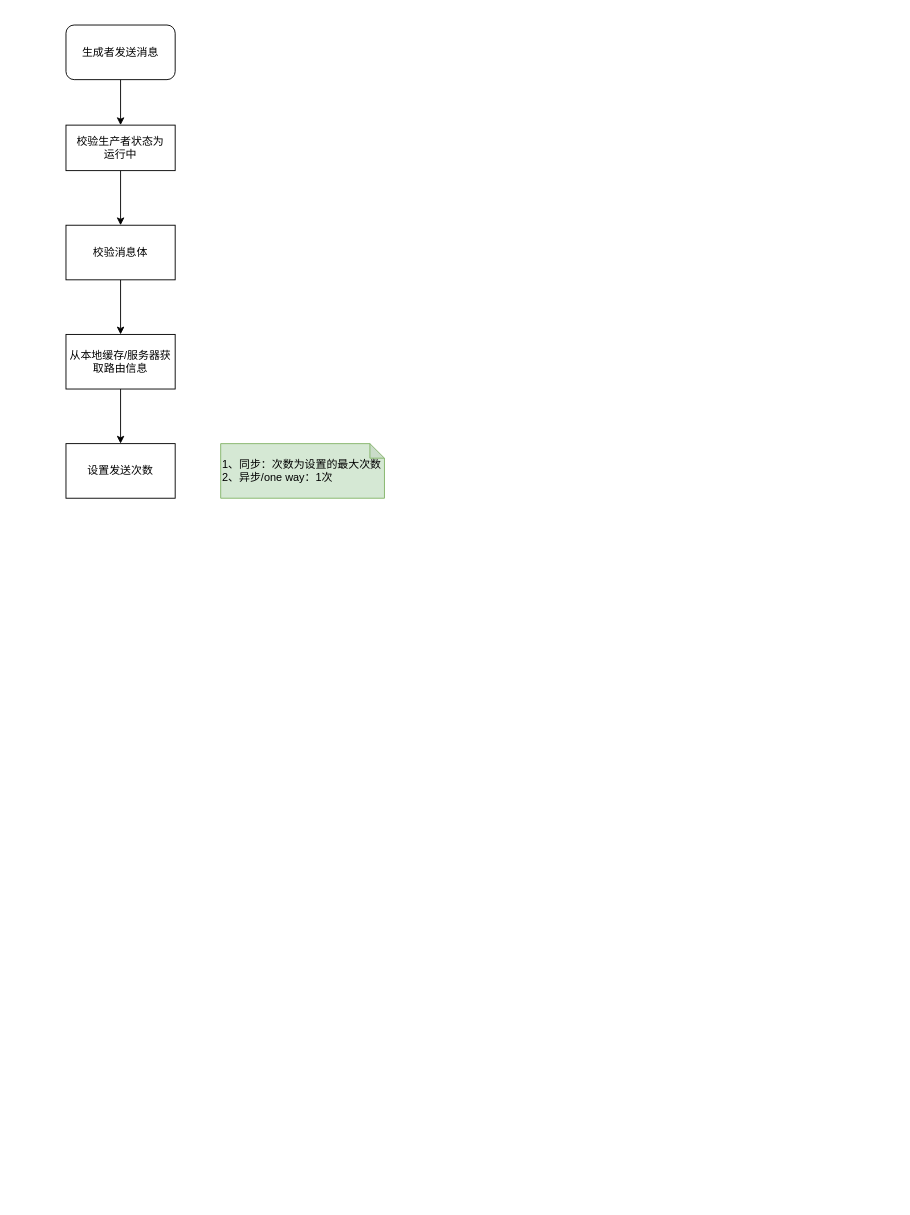
Earlier version of the draw.io diagram RocketMq/生产者发送消息.drawio (DarrenHoo-10/DarrenDraw). Source tidied: cells renumbered, new cells numbered last; positions are measured from the earlier drawing's top-left corner, leaving out a move shared by most shapes. Both pictures are drawn from the tidied source at 91%, with x=0, y=0 at pixel (66, 25).
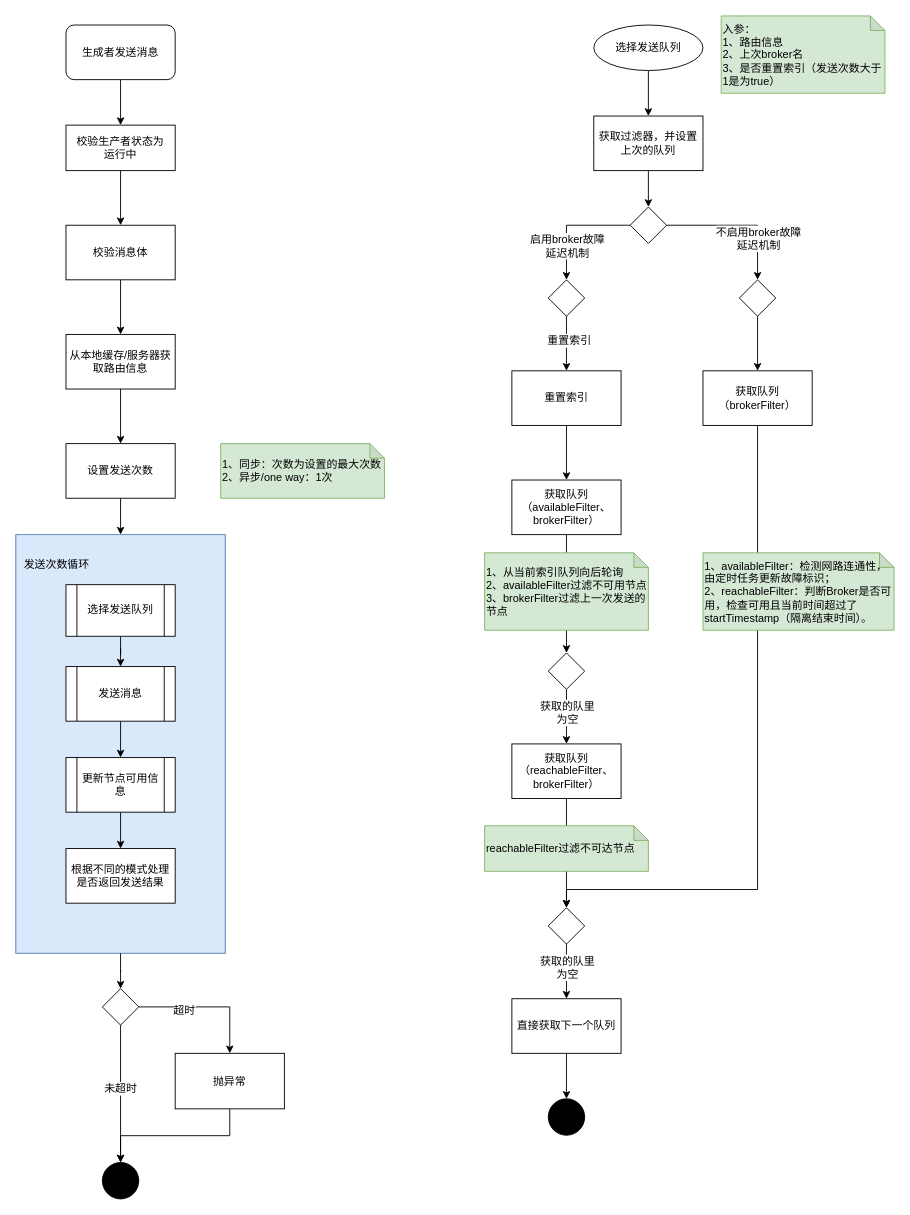
After the change.

Commit message:
更新生产者发送消息.drawio

The change refers to these unchanged cells:
```xml
<mxCell id="10" value="设置发送次数" style="whiteSpace=wrap;html=1;rounded=0;" parent="1" vertex="1">
  <mxGeometry y="460" width="120" height="60" as="geometry" />
</mxCell>
```

What changed in the source:
```diff
@@
+    <mxCell id="12" style="edgeStyle=orthogonalEdgeStyle;rounded=0;jettySize=auto;html=1;exitX=0.5;exitY=1;exitDx=0;exitDy=0;entryX=0.5;entryY=0;entryDx=0;entryDy=0;fontFamily=Helvetica;fontSize=12;fontColor=default;" parent="1" edge="1" source="10" target="14">
+      <mxGeometry relative="1" as="geometry" />
+    </mxCell>
@@
+    <mxCell id="13" style="group;fillColor=#dae8fc;strokeColor=#6c8ebf;" parent="1" vertex="1">
+      <mxGeometry x="-55" y="560" width="230" height="460" as="geometry" />
+    </mxCell>
+    <mxCell id="14" style="whiteSpace=wrap;html=1;rounded=0;align=left;fillColor=#dae8fc;strokeColor=#6c8ebf;" parent="13" vertex="1">
+      <mxGeometry width="230" height="460" as="geometry" />
+    </mxCell>
+    <mxCell id="15" value="发送次数循环" style="text;html=1;align=center;verticalAlign=middle;whiteSpace=wrap;rounded=0;fontFamily=Helvetica;fontSize=12;fontColor=default;" parent="13" vertex="1">
+      <mxGeometry width="90" height="65.7" as="geometry" />
+    </mxCell>
+    <mxCell id="16" style="edgeStyle=orthogonalEdgeStyle;rounded=0;jettySize=auto;html=1;fontFamily=Helvetica;fontSize=12;fontColor=default;" parent="13" edge="1" source="17" target="19">
+      <mxGeometry relative="1" as="geometry" />
+    </mxCell>
+    <mxCell id="17" value="选择发送队列" style="shape=process;whiteSpace=wrap;html=1;backgroundOutline=1;rounded=0;strokeColor=default;align=center;verticalAlign=middle;fontFamily=Helvetica;fontSize=12;fontColor=default;fillColor=default;" parent="13" vertex="1">
+      <mxGeometry x="55" y="55" width="120" height="56.7" as="geometry" />
+    </mxCell>
+    <mxCell id="18" style="edgeStyle=orthogonalEdgeStyle;rounded=0;jettySize=auto;html=1;fontFamily=Helvetica;fontSize=12;fontColor=default;" parent="13" edge="1" source="19" target="21">
+      <mxGeometry relative="1" as="geometry" />
+    </mxCell>
+    <mxCell id="19" value="发送消息" style="shape=process;whiteSpace=wrap;html=1;backgroundOutline=1;rounded=0;strokeColor=default;align=center;verticalAlign=middle;fontFamily=Helvetica;fontSize=12;fontColor=default;fillColor=default;" parent="13" vertex="1">
+      <mxGeometry x="55" y="145" width="120" height="60" as="geometry" />
+    </mxCell>
+    <mxCell id="20" style="edgeStyle=orthogonalEdgeStyle;rounded=0;jettySize=auto;html=1;fontFamily=Helvetica;fontSize=12;fontColor=default;" parent="13" edge="1" source="21" target="22">
+      <mxGeometry relative="1" as="geometry" />
+    </mxCell>
+    <mxCell id="21" value="更新节点可用信息" style="shape=process;whiteSpace=wrap;html=1;backgroundOutline=1;rounded=0;strokeColor=default;align=center;verticalAlign=middle;fontFamily=Helvetica;fontSize=12;fontColor=default;fillColor=default;" parent="13" vertex="1">
+      <mxGeometry x="55" y="245" width="120" height="60" as="geometry" />
+    </mxCell>
+    <mxCell id="22" value="根据不同的模式处理是否返回发送结果" style="whiteSpace=wrap;html=1;rounded=0;" parent="13" vertex="1">
+      <mxGeometry x="55" y="345" width="120" height="60" as="geometry" />
+    </mxCell>
+    <mxCell id="23" style="group;" parent="1" vertex="1">
+      <mxGeometry x="460" y="-10" width="450" height="1230" as="geometry" />
+    </mxCell>
+    <mxCell id="24" style="edgeStyle=orthogonalEdgeStyle;rounded=0;jettySize=auto;html=1;fontFamily=Helvetica;fontSize=12;fontColor=default;" parent="23" edge="1" source="25" target="27">
+      <mxGeometry relative="1" as="geometry" />
+    </mxCell>
+    <mxCell id="25" value="选择发送队列" style="ellipse;whiteSpace=wrap;html=1;rounded=0;strokeColor=default;align=center;verticalAlign=middle;fontFamily=Helvetica;fontSize=12;fontColor=default;fillColor=default;" parent="23" vertex="1">
+      <mxGeometry x="120" y="10" width="120" height="50" as="geometry" />
+    </mxCell>
+    <mxCell id="26" style="edgeStyle=orthogonalEdgeStyle;rounded=0;jettySize=auto;html=1;fontFamily=Helvetica;fontSize=12;fontColor=default;" parent="23" edge="1" source="27" target="31">
+      <mxGeometry relative="1" as="geometry" />
+    </mxCell>
+    <mxCell id="27" value="获取过滤器，并设置上次的队列" style="whiteSpace=wrap;html=1;rounded=0;" parent="23" vertex="1">
+      <mxGeometry x="120" y="110" width="120" height="60" as="geometry" />
+    </mxCell>
+    <mxCell id="28" value="入参：&lt;div&gt;1、路由信息&lt;/div&gt;&lt;div&gt;2、上次broker名&lt;/div&gt;&lt;div&gt;3、是否重置索引（发送次数大于1是为true）&lt;/div&gt;" style="shape=note;whiteSpace=wrap;html=1;backgroundOutline=1;darkOpacity=0.05;rounded=0;strokeColor=#82b366;align=left;verticalAlign=middle;fontFamily=Helvetica;fontSize=12;fillColor=#d5e8d4;size=16;" parent="23" vertex="1">
+      <mxGeometry x="260" width="180" height="85" as="geometry" />
+    </mxCell>
+    <mxCell id="29" style="edgeStyle=orthogonalEdgeStyle;rounded=0;jettySize=auto;html=1;fontFamily=Helvetica;fontSize=12;fontColor=default;" parent="23" edge="1" source="31" target="35">
+      <mxGeometry relative="1" as="geometry" />
+    </mxCell>
+    <mxCell id="30" value="启用broker故障&lt;div&gt;延迟机制&lt;/div&gt;" style="edgeLabel;html=1;align=center;verticalAlign=middle;rounded=0;strokeColor=default;fontFamily=Helvetica;fontSize=12;fontColor=default;fillColor=default;" parent="29" vertex="1">
+      <mxGeometry x="0.42" relative="1" as="geometry" />
+    </mxCell>
+    <mxCell id="31" style="rhombus;whiteSpace=wrap;html=1;rounded=0;" parent="23" vertex="1">
+      <mxGeometry x="160" y="210" width="40" height="40" as="geometry" />
+    </mxCell>
+    <mxCell id="32" style="edgeStyle=orthogonalEdgeStyle;rounded=0;orthogonalLoop=1;jettySize=auto;html=1;exitX=0.5;exitY=1;exitDx=0;exitDy=0;fontFamily=Helvetica;fontSize=12;fontColor=default;" parent="23" edge="1" source="31" target="31">
+      <mxGeometry relative="1" as="geometry" />
+    </mxCell>
+    <mxCell id="33" style="edgeStyle=orthogonalEdgeStyle;rounded=0;jettySize=auto;html=1;fontFamily=Helvetica;fontSize=12;fontColor=default;entryX=0.5;entryY=0;entryDx=0;entryDy=0;" parent="23" edge="1" source="35" target="37">
+      <mxGeometry relative="1" as="geometry" />
+    </mxCell>
+    <mxCell id="34" value="重置索引" style="edgeLabel;html=1;align=center;verticalAlign=middle;rounded=0;strokeColor=default;fontFamily=Helvetica;fontSize=12;fontColor=default;fillColor=default;" parent="33" vertex="1">
+      <mxGeometry x="-0.12" y="2" relative="1" as="geometry" />
+    </mxCell>
+    <mxCell id="35" style="rhombus;whiteSpace=wrap;html=1;rounded=0;" parent="23" vertex="1">
+      <mxGeometry x="70" y="290" width="40" height="40" as="geometry" />
+    </mxCell>
+    <mxCell id="36" style="edgeStyle=orthogonalEdgeStyle;rounded=0;jettySize=auto;html=1;fontFamily=Helvetica;fontSize=12;fontColor=default;" parent="23" edge="1" source="37" target="39">
+      <mxGeometry relative="1" as="geometry" />
+    </mxCell>
+    <mxCell id="37" value="重置索引" style="rounded=0;whiteSpace=wrap;html=1;" parent="23" vertex="1">
+      <mxGeometry x="30" y="390" width="120" height="60" as="geometry" />
+    </mxCell>
+    <mxCell id="38" style="edgeStyle=orthogonalEdgeStyle;rounded=0;jettySize=auto;html=1;exitX=0.5;exitY=1;exitDx=0;exitDy=0;fontFamily=Helvetica;fontSize=12;fontColor=default;" parent="23" edge="1" source="39" target="45">
+      <mxGeometry relative="1" as="geometry" />
+    </mxCell>
+    <mxCell id="39" value="获取队列&lt;div&gt;（availableFilter、brokerFilter）&lt;/div&gt;" style="whiteSpace=wrap;html=1;rounded=0;" parent="23" vertex="1">
+      <mxGeometry x="30" y="510" width="120" height="60" as="geometry" />
+    </mxCell>
+    <mxCell id="40" value="1、从当前索引队列向后轮询&lt;div&gt;2、&lt;span style=&quot;text-align: center; background-color: transparent; color: light-dark(rgb(0, 0, 0), rgb(255, 255, 255));&quot;&gt;availableFilter过滤不可用节点&lt;/span&gt;&lt;/div&gt;&lt;div&gt;&lt;span style=&quot;text-align: center; background-color: transparent; color: light-dark(rgb(0, 0, 0), rgb(255, 255, 255));&quot;&gt;3、&lt;/span&gt;&lt;span style=&quot;text-align: center; background-color: transparent; color: light-dark(rgb(0, 0, 0), rgb(255, 255, 255));&quot;&gt;brokerFilter过滤上一次发送的节点&lt;/span&gt;&lt;/div&gt;" style="shape=note;whiteSpace=wrap;html=1;backgroundOutline=1;darkOpacity=0.05;rounded=0;strokeColor=#82b366;align=left;verticalAlign=middle;fontFamily=Helvetica;fontSize=12;fillColor=#d5e8d4;size=16;" parent="23" vertex="1">
+      <mxGeometry y="590" width="180" height="85" as="geometry" />
+    </mxCell>
+    <mxCell id="41" style="edgeStyle=orthogonalEdgeStyle;rounded=0;jettySize=auto;html=1;exitX=0.5;exitY=1;exitDx=0;exitDy=0;entryX=0.5;entryY=0;entryDx=0;entryDy=0;fontFamily=Helvetica;fontSize=12;fontColor=default;" parent="23" edge="1" source="42" target="47">
+      <mxGeometry relative="1" as="geometry" />
+    </mxCell>
+    <mxCell id="42" value="获取队列&lt;div&gt;（reachableFilter、brokerFilter）&lt;/div&gt;" style="whiteSpace=wrap;html=1;rounded=0;" parent="23" vertex="1">
+      <mxGeometry x="30" y="800" width="120" height="60" as="geometry" />
+    </mxCell>
+    <mxCell id="43" style="edgeStyle=orthogonalEdgeStyle;rounded=0;jettySize=auto;html=1;fontFamily=Helvetica;fontSize=12;fontColor=default;" parent="23" edge="1" source="45" target="42">
+      <mxGeometry relative="1" as="geometry" />
+    </mxCell>
+    <mxCell id="44" value="获取的队里&lt;div&gt;为空&lt;/div&gt;" style="edgeLabel;html=1;align=center;verticalAlign=middle;rounded=0;strokeColor=default;fontFamily=Helvetica;fontSize=12;fontColor=default;fillColor=default;" parent="43" vertex="1">
+      <mxGeometry x="-0.17" relative="1" as="geometry" />
+    </mxCell>
+    <mxCell id="45" style="rhombus;whiteSpace=wrap;html=1;rounded=0;" parent="23" vertex="1">
+      <mxGeometry x="70" y="700" width="40" height="40" as="geometry" />
+    </mxCell>
+    <mxCell id="46" value="&lt;div&gt;&lt;span style=&quot;text-align: center; background-color: transparent; color: light-dark(rgb(0, 0, 0), rgb(255, 255, 255));&quot;&gt;reachableFilter&lt;/span&gt;&lt;span style=&quot;text-align: center; background-color: transparent; color: light-dark(rgb(0, 0, 0), rgb(255, 255, 255));&quot;&gt;过滤不可达节点&lt;/span&gt;&lt;/div&gt;" style="shape=note;whiteSpace=wrap;html=1;backgroundOutline=1;darkOpacity=0.05;rounded=0;strokeColor=#82b366;align=left;verticalAlign=middle;fontFamily=Helvetica;fontSize=12;fillColor=#d5e8d4;size=16;" parent="23" vertex="1">
+      <mxGeometry y="890" width="180" height="50" as="geometry" />
+    </mxCell>
+    <mxCell id="47" style="rhombus;whiteSpace=wrap;html=1;rounded=0;" parent="23" vertex="1">
+      <mxGeometry x="70" y="980" width="40" height="40" as="geometry" />
+    </mxCell>
+    <mxCell id="48" style="edgeStyle=orthogonalEdgeStyle;rounded=0;jettySize=auto;html=1;fontFamily=Helvetica;fontSize=12;fontColor=default;" parent="23" edge="1" source="49" target="58">
+      <mxGeometry relative="1" as="geometry" />
+    </mxCell>
+    <mxCell id="49" value="直接获取下一个队列" style="whiteSpace=wrap;html=1;rounded=0;" parent="23" vertex="1">
+      <mxGeometry x="30" y="1080" width="120" height="60" as="geometry" />
+    </mxCell>
+    <mxCell id="50" style="edgeStyle=orthogonalEdgeStyle;rounded=0;jettySize=auto;html=1;fontFamily=Helvetica;fontSize=12;fontColor=default;exitX=0.5;exitY=1;exitDx=0;exitDy=0;entryX=0.5;entryY=0;entryDx=0;entryDy=0;" parent="23" edge="1" source="47" target="49">
+      <mxGeometry relative="1" as="geometry" />
+    </mxCell>
+    <mxCell id="51" value="获取的队里&lt;div&gt;为空&lt;/div&gt;" style="edgeLabel;html=1;align=center;verticalAlign=middle;rounded=0;strokeColor=default;fontFamily=Helvetica;fontSize=12;fontColor=default;fillColor=default;" parent="50" vertex="1">
+      <mxGeometry x="-0.17" relative="1" as="geometry" />
+    </mxCell>
+    <mxCell id="52" style="edgeStyle=orthogonalEdgeStyle;rounded=0;jettySize=auto;html=1;fontFamily=Helvetica;fontSize=12;fontColor=default;" parent="23" edge="1" source="53" target="57">
+      <mxGeometry relative="1" as="geometry" />
+    </mxCell>
+    <mxCell id="53" style="rhombus;whiteSpace=wrap;html=1;rounded=0;" parent="23" vertex="1">
+      <mxGeometry x="280" y="290" width="40" height="40" as="geometry" />
+    </mxCell>
+    <mxCell id="54" style="edgeStyle=orthogonalEdgeStyle;rounded=0;jettySize=auto;html=1;fontFamily=Helvetica;fontSize=12;fontColor=default;entryX=0.5;entryY=0;entryDx=0;entryDy=0;" parent="23" edge="1" source="31" target="53">
+      <mxGeometry relative="1" as="geometry" />
+    </mxCell>
+    <mxCell id="55" value="不启用broker故障&lt;div&gt;延迟机制&lt;/div&gt;" style="edgeLabel;html=1;align=center;verticalAlign=middle;rounded=0;strokeColor=default;fontFamily=Helvetica;fontSize=12;fontColor=default;fillColor=default;" parent="54" vertex="1">
+      <mxGeometry x="0.42" relative="1" as="geometry" />
+    </mxCell>
+    <mxCell id="56" style="edgeStyle=orthogonalEdgeStyle;rounded=0;jettySize=auto;html=1;exitX=0.5;exitY=1;exitDx=0;exitDy=0;entryX=0.5;entryY=0;entryDx=0;entryDy=0;fontFamily=Helvetica;fontSize=12;fontColor=default;" parent="23" edge="1" source="57" target="47">
+      <mxGeometry relative="1" as="geometry">
+        <Array as="points">
+          <mxPoint x="300" y="960" />
+          <mxPoint x="90" y="960" />
+        </Array>
+      </mxGeometry>
+    </mxCell>
+    <mxCell id="57" value="获取队列&lt;div&gt;（brokerFilter）&lt;/div&gt;" style="whiteSpace=wrap;html=1;rounded=0;" parent="23" vertex="1">
+      <mxGeometry x="240" y="390" width="120" height="60" as="geometry" />
+    </mxCell>
+    <mxCell id="58" style="ellipse;whiteSpace=wrap;html=1;rounded=0;strokeColor=#000000;align=center;verticalAlign=middle;fontFamily=Helvetica;fontSize=12;fontColor=default;fillColor=#000000;" parent="23" vertex="1">
+      <mxGeometry x="70" y="1190" width="40" height="40" as="geometry" />
+    </mxCell>
+    <mxCell id="59" value="&lt;span style=&quot;text-align: center;&quot;&gt;1、availableFilter：检测网路连通性，由定时任务更新故障标识；&lt;/span&gt;&lt;div style=&quot;text-align: left;&quot;&gt;&lt;span style=&quot;text-align: center;&quot;&gt;2、&lt;/span&gt;&lt;span style=&quot;text-align: center; background-color: transparent; color: light-dark(rgb(0, 0, 0), rgb(255, 255, 255));&quot;&gt;reachableFilter：&lt;/span&gt;&lt;span style=&quot;background-color: transparent; color: light-dark(rgb(0, 0, 0), rgb(255, 255, 255));&quot;&gt;判断Broker是否可用，&lt;/span&gt;&lt;span style=&quot;background-color: transparent;&quot;&gt;检查可用且当前时间超过了startTimestamp（隔离结束时间）。&lt;/span&gt;&lt;/div&gt;" style="shape=note;whiteSpace=wrap;html=1;backgroundOutline=1;darkOpacity=0.05;rounded=0;strokeColor=#82b366;align=left;verticalAlign=middle;fontFamily=Helvetica;fontSize=12;fillColor=#d5e8d4;size=16;" parent="23" vertex="1">
+      <mxGeometry x="240" y="590" width="210" height="85" as="geometry" />
+    </mxCell>
+    <mxCell id="60" style="ellipse;whiteSpace=wrap;html=1;rounded=0;strokeColor=#000000;align=center;verticalAlign=middle;fontFamily=Helvetica;fontSize=12;fontColor=default;fillColor=#000000;" parent="1" vertex="1">
+      <mxGeometry x="40" y="1250" width="40" height="40" as="geometry" />
+    </mxCell>
+    <mxCell id="61" style="edgeStyle=orthogonalEdgeStyle;rounded=0;jettySize=auto;html=1;fontFamily=Helvetica;fontSize=12;fontColor=default;" parent="1" edge="1" source="65" target="60">
+      <mxGeometry relative="1" as="geometry" />
+    </mxCell>
+    <mxCell id="62" value="未超时" style="edgeLabel;html=1;align=center;verticalAlign=middle;rounded=0;strokeColor=default;fontFamily=Helvetica;fontSize=12;fontColor=default;fillColor=default;" parent="61" vertex="1">
+      <mxGeometry x="-0.09" y="-1" relative="1" as="geometry" />
+    </mxCell>
+    <mxCell id="63" style="edgeStyle=orthogonalEdgeStyle;rounded=0;jettySize=auto;html=1;fontFamily=Helvetica;fontSize=12;fontColor=default;" parent="1" edge="1" source="65" target="68">
+      <mxGeometry relative="1" as="geometry" />
+    </mxCell>
+    <mxCell id="64" value="超时" style="edgeLabel;html=1;align=center;verticalAlign=middle;rounded=0;strokeColor=default;fontFamily=Helvetica;fontSize=12;fontColor=default;fillColor=default;" parent="63" vertex="1">
+      <mxGeometry x="-0.35" y="-3" relative="1" as="geometry" />
+    </mxCell>
+    <mxCell id="65" style="rhombus;whiteSpace=wrap;html=1;rounded=0;" parent="1" vertex="1">
+      <mxGeometry x="40" y="1059" width="40" height="40" as="geometry" />
+    </mxCell>
+    <mxCell id="66" style="edgeStyle=orthogonalEdgeStyle;rounded=0;jettySize=auto;html=1;fontFamily=Helvetica;fontSize=12;fontColor=default;" parent="1" edge="1" source="14" target="65">
+      <mxGeometry relative="1" as="geometry" />
+    </mxCell>
+    <mxCell id="67" style="edgeStyle=orthogonalEdgeStyle;rounded=0;jettySize=auto;html=1;exitX=0.5;exitY=1;exitDx=0;exitDy=0;entryX=0.5;entryY=0;entryDx=0;entryDy=0;fontFamily=Helvetica;fontSize=12;fontColor=default;" parent="1" edge="1" source="68" target="60">
+      <mxGeometry relative="1" as="geometry" />
+    </mxCell>
+    <mxCell id="68" value="抛异常" style="whiteSpace=wrap;html=1;rounded=0;" parent="1" vertex="1">
+      <mxGeometry x="120" y="1130" width="120" height="61" as="geometry" />
+    </mxCell>
```
